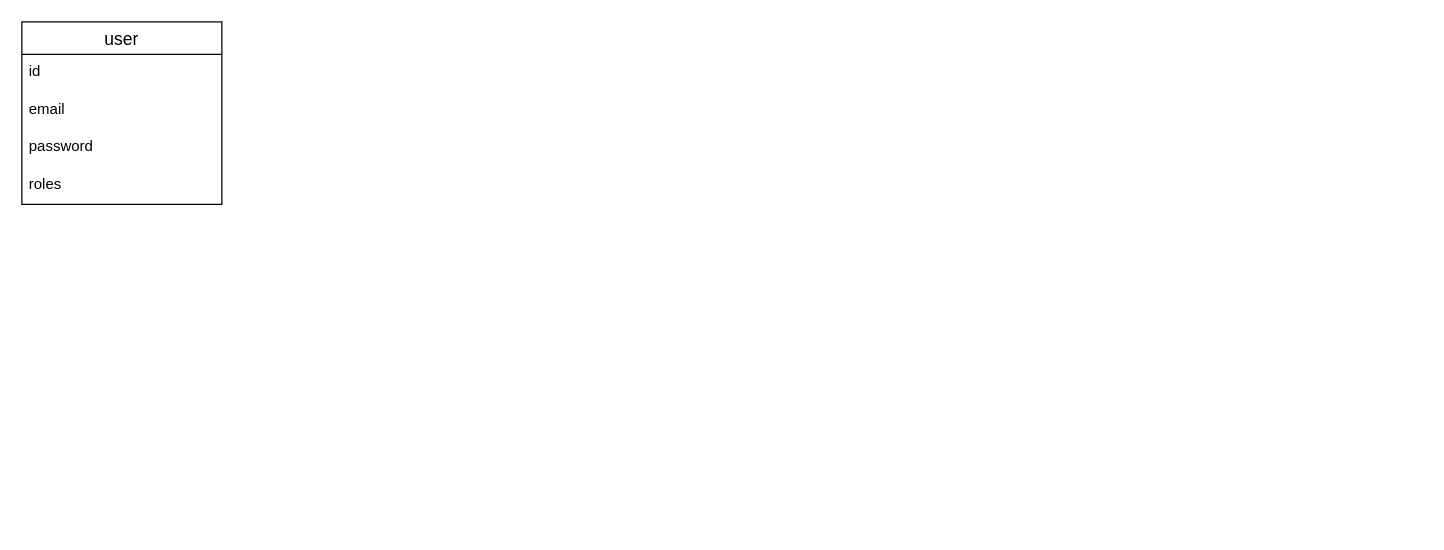
Earlier version of the draw.io diagram Диаграмма без названия.drawio (kravchenkoeag/shop). Source tidied: cells renumbered, new cells numbered last; positions are measured from the earlier drawing's top-left corner, leaving out a move shared by most shapes. Both pictures are drawn from the tidied source at 125%, with x=0, y=0 at pixel (21, 21).
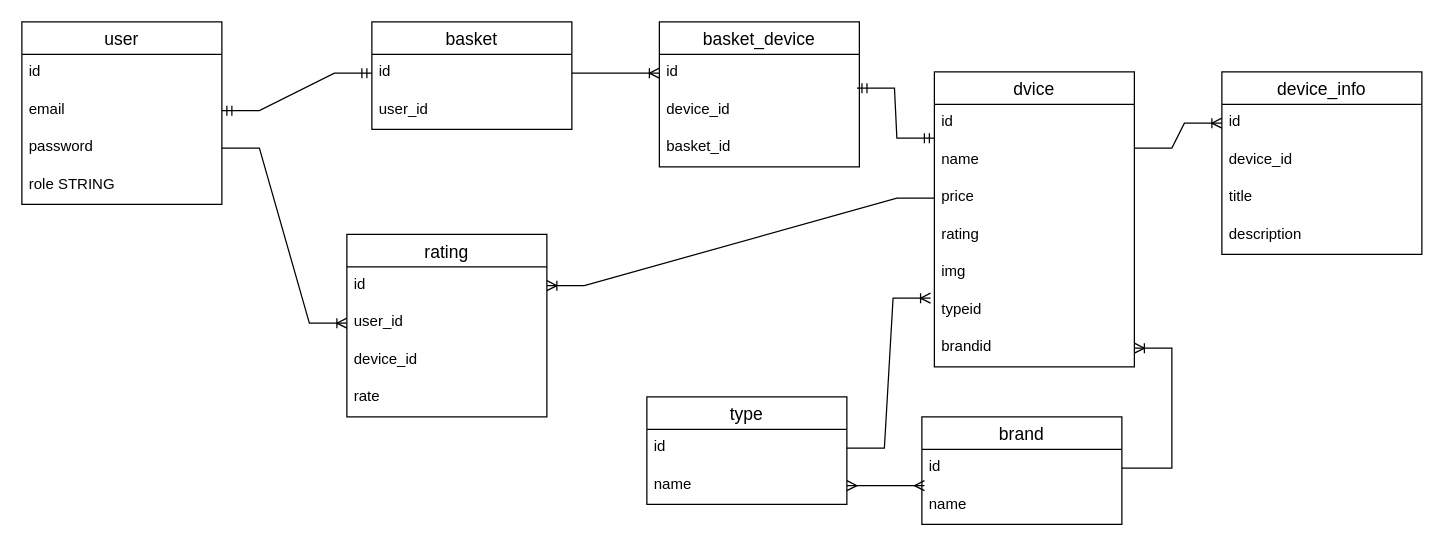
The same diagram, later.

Unchanged cells that the change refers to:
```xml
<mxCell id="2" value="user" style="swimlane;fontStyle=0;horizontal=1;startSize=26;align=center;fontSize=14;" parent="1" vertex="1">
  <mxGeometry width="160" height="146" as="geometry" />
</mxCell>
<mxCell id="4" value="email&lt;br&gt;" style="text;strokeColor=none;fillColor=none;spacingLeft=4;spacingRight=4;overflow=hidden;points=[[0,0.5],[1,0.5]];portConstraint=eastwest;fontSize=12;whiteSpace=wrap;html=1;" parent="2" vertex="1">
  <mxGeometry y="56" width="160" height="30" as="geometry" />
</mxCell>
<mxCell id="5" value="password&lt;br&gt;" style="text;strokeColor=none;fillColor=none;spacingLeft=4;spacingRight=4;overflow=hidden;points=[[0,0.5],[1,0.5]];portConstraint=eastwest;fontSize=12;whiteSpace=wrap;html=1;" parent="2" vertex="1">
  <mxGeometry y="86" width="160" height="30" as="geometry" />
</mxCell>
```

The edit, as a diff of the source:
```diff
@@
-    <mxCell id="6" value="roles&lt;br&gt;" style="text;strokeColor=none;fillColor=none;spacingLeft=4;spacingRight=4;overflow=hidden;fontSize=12;whiteSpace=wrap;html=1;" parent="2" vertex="1">
+    <mxCell id="6" value="role STRING" style="text;strokeColor=none;fillColor=none;spacingLeft=4;spacingRight=4;overflow=hidden;fontSize=12;whiteSpace=wrap;html=1;" parent="2" vertex="1">
       <mxGeometry y="116" width="160" height="30" as="geometry" />
     </mxCell>
+    <mxCell id="7" value="basket" style="swimlane;fontStyle=0;horizontal=1;startSize=26;align=center;fontSize=14;" parent="1" vertex="1">
+      <mxGeometry x="280" width="160" height="86" as="geometry" />
+    </mxCell>
+    <mxCell id="8" value="id&lt;br&gt;" style="text;strokeColor=none;fillColor=none;spacingLeft=4;spacingRight=4;overflow=hidden;points=[[0,0.5],[1,0.5]];portConstraint=eastwest;fontSize=12;whiteSpace=wrap;html=1;" parent="7" vertex="1">
+      <mxGeometry y="26" width="160" height="30" as="geometry" />
+    </mxCell>
+    <mxCell id="9" value="user_id" style="text;strokeColor=none;fillColor=none;spacingLeft=4;spacingRight=4;overflow=hidden;fontSize=12;whiteSpace=wrap;html=1;" parent="7" vertex="1">
+      <mxGeometry y="56" width="160" height="30" as="geometry" />
+    </mxCell>
+    <mxCell id="10" style="edgeStyle=entityRelationEdgeStyle;fontSize=12;html=1;endArrow=ERmandOne;startArrow=ERmandOne;rounded=0;entryX=0;entryY=0.5;entryDx=0;entryDy=0;" parent="1" edge="1" source="4" target="8">
+      <mxGeometry relative="1" as="geometry" />
+    </mxCell>
+    <mxCell id="11" value="dvice" style="swimlane;fontStyle=0;horizontal=1;startSize=26;align=center;fontSize=14;" parent="1" vertex="1">
+      <mxGeometry x="730" y="40" width="160" height="236" as="geometry" />
+    </mxCell>
+    <mxCell id="12" value="id" style="text;strokeColor=none;fillColor=none;spacingLeft=4;spacingRight=4;overflow=hidden;fontSize=12;whiteSpace=wrap;html=1;" parent="11" vertex="1">
+      <mxGeometry y="26" width="160" height="30" as="geometry" />
+    </mxCell>
+    <mxCell id="13" value="name" style="text;strokeColor=none;fillColor=none;spacingLeft=4;spacingRight=4;overflow=hidden;points=[[0,0.5],[1,0.5]];portConstraint=eastwest;fontSize=12;whiteSpace=wrap;html=1;" parent="11" vertex="1">
+      <mxGeometry y="56" width="160" height="30" as="geometry" />
+    </mxCell>
+    <mxCell id="14" value="price" style="text;strokeColor=none;fillColor=none;spacingLeft=4;spacingRight=4;overflow=hidden;points=[[0,0.5],[1,0.5]];portConstraint=eastwest;fontSize=12;whiteSpace=wrap;html=1;" parent="11" vertex="1">
+      <mxGeometry y="86" width="160" height="30" as="geometry" />
+    </mxCell>
+    <mxCell id="15" value="rating" style="text;strokeColor=none;fillColor=none;spacingLeft=4;spacingRight=4;overflow=hidden;fontSize=12;whiteSpace=wrap;html=1;" parent="11" vertex="1">
+      <mxGeometry y="116" width="160" height="30" as="geometry" />
+    </mxCell>
+    <mxCell id="16" value="img" style="text;strokeColor=none;fillColor=none;spacingLeft=4;spacingRight=4;overflow=hidden;fontSize=12;whiteSpace=wrap;html=1;" parent="11" vertex="1">
+      <mxGeometry y="146" width="160" height="30" as="geometry" />
+    </mxCell>
+    <mxCell id="17" value="typeid" style="text;strokeColor=none;fillColor=none;spacingLeft=4;spacingRight=4;overflow=hidden;points=[[0,0.5],[1,0.5]];portConstraint=eastwest;fontSize=12;whiteSpace=wrap;html=1;" parent="11" vertex="1">
+      <mxGeometry y="176" width="160" height="30" as="geometry" />
+    </mxCell>
+    <mxCell id="18" value="brandid" style="text;strokeColor=none;fillColor=none;spacingLeft=4;spacingRight=4;overflow=hidden;points=[[0,0.5],[1,0.5]];portConstraint=eastwest;fontSize=12;whiteSpace=wrap;html=1;" parent="11" vertex="1">
+      <mxGeometry y="206" width="160" height="30" as="geometry" />
+    </mxCell>
+    <mxCell id="19" value="type" style="swimlane;fontStyle=0;horizontal=1;startSize=26;align=center;fontSize=14;" parent="1" vertex="1">
+      <mxGeometry x="500" y="300" width="160" height="86" as="geometry" />
+    </mxCell>
+    <mxCell id="20" value="id" style="text;strokeColor=none;fillColor=none;spacingLeft=4;spacingRight=4;overflow=hidden;points=[[0,0.5],[1,0.5]];portConstraint=eastwest;fontSize=12;whiteSpace=wrap;html=1;" parent="19" vertex="1">
+      <mxGeometry y="26" width="160" height="30" as="geometry" />
+    </mxCell>
+    <mxCell id="21" value="name" style="text;strokeColor=none;fillColor=none;spacingLeft=4;spacingRight=4;overflow=hidden;points=[[0,0.5],[1,0.5]];portConstraint=eastwest;fontSize=12;whiteSpace=wrap;html=1;" parent="19" vertex="1">
+      <mxGeometry y="56" width="160" height="30" as="geometry" />
+    </mxCell>
+    <mxCell id="22" value="brand" style="swimlane;fontStyle=0;horizontal=1;startSize=26;align=center;fontSize=14;" parent="1" vertex="1">
+      <mxGeometry x="720" y="316" width="160" height="86" as="geometry" />
+    </mxCell>
+    <mxCell id="23" value="id" style="text;strokeColor=none;fillColor=none;spacingLeft=4;spacingRight=4;overflow=hidden;points=[[0,0.5],[1,0.5]];portConstraint=eastwest;fontSize=12;whiteSpace=wrap;html=1;" parent="22" vertex="1">
+      <mxGeometry y="26" width="160" height="30" as="geometry" />
+    </mxCell>
+    <mxCell id="24" value="name" style="text;strokeColor=none;fillColor=none;spacingLeft=4;spacingRight=4;overflow=hidden;points=[[0,0.5],[1,0.5]];portConstraint=eastwest;fontSize=12;whiteSpace=wrap;html=1;" parent="22" vertex="1">
+      <mxGeometry y="56" width="160" height="30" as="geometry" />
+    </mxCell>
+    <mxCell id="25" style="edgeStyle=entityRelationEdgeStyle;fontSize=12;html=1;endArrow=ERoneToMany;rounded=0;entryX=-0.019;entryY=0.167;entryDx=0;entryDy=0;entryPerimeter=0;" parent="1" edge="1" source="20" target="17">
+      <mxGeometry relative="1" as="geometry" />
+    </mxCell>
+    <mxCell id="26" style="edgeStyle=entityRelationEdgeStyle;fontSize=12;html=1;endArrow=ERoneToMany;rounded=0;exitX=1;exitY=0.5;exitDx=0;exitDy=0;" parent="1" edge="1" source="23" target="18">
+      <mxGeometry relative="1" as="geometry" />
+    </mxCell>
+    <mxCell id="27" style="edgeStyle=entityRelationEdgeStyle;fontSize=12;html=1;endArrow=ERmany;startArrow=ERmany;rounded=0;exitX=0.013;exitY=-0.033;exitDx=0;exitDy=0;exitPerimeter=0;entryX=1;entryY=0.5;entryDx=0;entryDy=0;" parent="1" edge="1" source="24" target="21">
+      <mxGeometry relative="1" as="geometry">
+        <Array as="points">
+          <mxPoint x="190" y="410" />
+          <mxPoint x="190" y="450" />
+          <mxPoint x="190" y="330" />
+        </Array>
+      </mxGeometry>
+    </mxCell>
+    <mxCell id="28" value="device_info" style="swimlane;fontStyle=0;horizontal=1;startSize=26;align=center;fontSize=14;" parent="1" vertex="1">
+      <mxGeometry x="960" y="40" width="160" height="146" as="geometry" />
+    </mxCell>
+    <mxCell id="29" value="id" style="text;strokeColor=none;fillColor=none;spacingLeft=4;spacingRight=4;overflow=hidden;points=[[0,0.5],[1,0.5]];portConstraint=eastwest;fontSize=12;whiteSpace=wrap;html=1;" parent="28" vertex="1">
+      <mxGeometry y="26" width="160" height="30" as="geometry" />
+    </mxCell>
+    <mxCell id="30" value="device_id" style="text;strokeColor=none;fillColor=none;spacingLeft=4;spacingRight=4;overflow=hidden;fontSize=12;whiteSpace=wrap;html=1;" parent="28" vertex="1">
+      <mxGeometry y="56" width="160" height="30" as="geometry" />
+    </mxCell>
+    <mxCell id="31" value="title" style="text;strokeColor=none;fillColor=none;spacingLeft=4;spacingRight=4;overflow=hidden;fontSize=12;whiteSpace=wrap;html=1;" parent="28" vertex="1">
+      <mxGeometry y="86" width="160" height="30" as="geometry" />
+    </mxCell>
+    <mxCell id="32" value="description" style="text;strokeColor=none;fillColor=none;spacingLeft=4;spacingRight=4;overflow=hidden;fontSize=12;whiteSpace=wrap;html=1;" parent="28" vertex="1">
+      <mxGeometry y="116" width="160" height="30" as="geometry" />
+    </mxCell>
+    <mxCell id="33" style="edgeStyle=entityRelationEdgeStyle;fontSize=12;html=1;endArrow=ERoneToMany;rounded=0;exitX=1;exitY=0.167;exitDx=0;exitDy=0;exitPerimeter=0;entryX=0;entryY=0.5;entryDx=0;entryDy=0;" parent="1" edge="1" source="13" target="29">
+      <mxGeometry relative="1" as="geometry" />
+    </mxCell>
+    <mxCell id="34" value="basket_device" style="swimlane;fontStyle=0;horizontal=1;startSize=26;align=center;fontSize=14;" parent="1" vertex="1">
+      <mxGeometry x="510" width="160" height="116" as="geometry" />
+    </mxCell>
+    <mxCell id="35" value="id" style="text;strokeColor=none;fillColor=none;spacingLeft=4;spacingRight=4;overflow=hidden;points=[[0,0.5],[1,0.5]];portConstraint=eastwest;fontSize=12;whiteSpace=wrap;html=1;" parent="34" vertex="1">
+      <mxGeometry y="26" width="160" height="30" as="geometry" />
+    </mxCell>
+    <mxCell id="36" value="device_id" style="text;strokeColor=none;fillColor=none;spacingLeft=4;spacingRight=4;overflow=hidden;fontSize=12;whiteSpace=wrap;html=1;" parent="34" vertex="1">
+      <mxGeometry y="56" width="160" height="30" as="geometry" />
+    </mxCell>
+    <mxCell id="37" value="basket_id" style="text;strokeColor=none;fillColor=none;spacingLeft=4;spacingRight=4;overflow=hidden;fontSize=12;whiteSpace=wrap;html=1;" parent="34" vertex="1">
+      <mxGeometry y="86" width="160" height="30" as="geometry" />
+    </mxCell>
+    <mxCell id="38" style="edgeStyle=entityRelationEdgeStyle;fontSize=12;html=1;endArrow=ERoneToMany;rounded=0;entryX=0;entryY=0.5;entryDx=0;entryDy=0;exitX=1;exitY=0.5;exitDx=0;exitDy=0;" parent="1" edge="1" source="8" target="35">
+      <mxGeometry relative="1" as="geometry">
+        <Array as="points">
+          <mxPoint x="410" y="110" />
+        </Array>
+      </mxGeometry>
+    </mxCell>
+    <mxCell id="39" style="edgeStyle=entityRelationEdgeStyle;fontSize=12;html=1;endArrow=ERmandOne;startArrow=ERmandOne;rounded=0;exitX=0.988;exitY=0.9;exitDx=0;exitDy=0;exitPerimeter=0;entryX=0;entryY=-0.1;entryDx=0;entryDy=0;entryPerimeter=0;" parent="1" edge="1" source="35" target="13">
+      <mxGeometry relative="1" as="geometry" />
+    </mxCell>
+    <mxCell id="40" value="rating" style="swimlane;fontStyle=0;horizontal=1;startSize=26;align=center;fontSize=14;" parent="1" vertex="1">
+      <mxGeometry x="260" y="170" width="160" height="146" as="geometry" />
+    </mxCell>
+    <mxCell id="41" value="id" style="text;strokeColor=none;fillColor=none;spacingLeft=4;spacingRight=4;overflow=hidden;points=[[0,0.5],[1,0.5]];portConstraint=eastwest;fontSize=12;whiteSpace=wrap;html=1;" parent="40" vertex="1">
+      <mxGeometry y="26" width="160" height="30" as="geometry" />
+    </mxCell>
+    <mxCell id="42" value="user_id" style="text;strokeColor=none;fillColor=none;spacingLeft=4;spacingRight=4;overflow=hidden;points=[[0,0.5],[1,0.5]];portConstraint=eastwest;fontSize=12;whiteSpace=wrap;html=1;" parent="40" vertex="1">
+      <mxGeometry y="56" width="160" height="30" as="geometry" />
+    </mxCell>
+    <mxCell id="43" value="device_id" style="text;strokeColor=none;fillColor=none;spacingLeft=4;spacingRight=4;overflow=hidden;fontSize=12;whiteSpace=wrap;html=1;" parent="40" vertex="1">
+      <mxGeometry y="86" width="160" height="30" as="geometry" />
+    </mxCell>
+    <mxCell id="44" value="rate" style="text;strokeColor=none;fillColor=none;spacingLeft=4;spacingRight=4;overflow=hidden;fontSize=12;whiteSpace=wrap;html=1;" parent="40" vertex="1">
+      <mxGeometry y="116" width="160" height="30" as="geometry" />
+    </mxCell>
+    <mxCell id="45" style="edgeStyle=entityRelationEdgeStyle;fontSize=12;html=1;endArrow=ERoneToMany;rounded=0;exitX=1;exitY=0.5;exitDx=0;exitDy=0;entryX=0;entryY=0.5;entryDx=0;entryDy=0;" parent="1" edge="1" source="5" target="42">
+      <mxGeometry relative="1" as="geometry" />
+    </mxCell>
+    <mxCell id="46" style="edgeStyle=entityRelationEdgeStyle;fontSize=12;html=1;endArrow=ERoneToMany;rounded=0;exitX=0;exitY=0.5;exitDx=0;exitDy=0;entryX=1;entryY=0.5;entryDx=0;entryDy=0;" parent="1" edge="1" source="14" target="41">
+      <mxGeometry relative="1" as="geometry" />
+    </mxCell>
```
